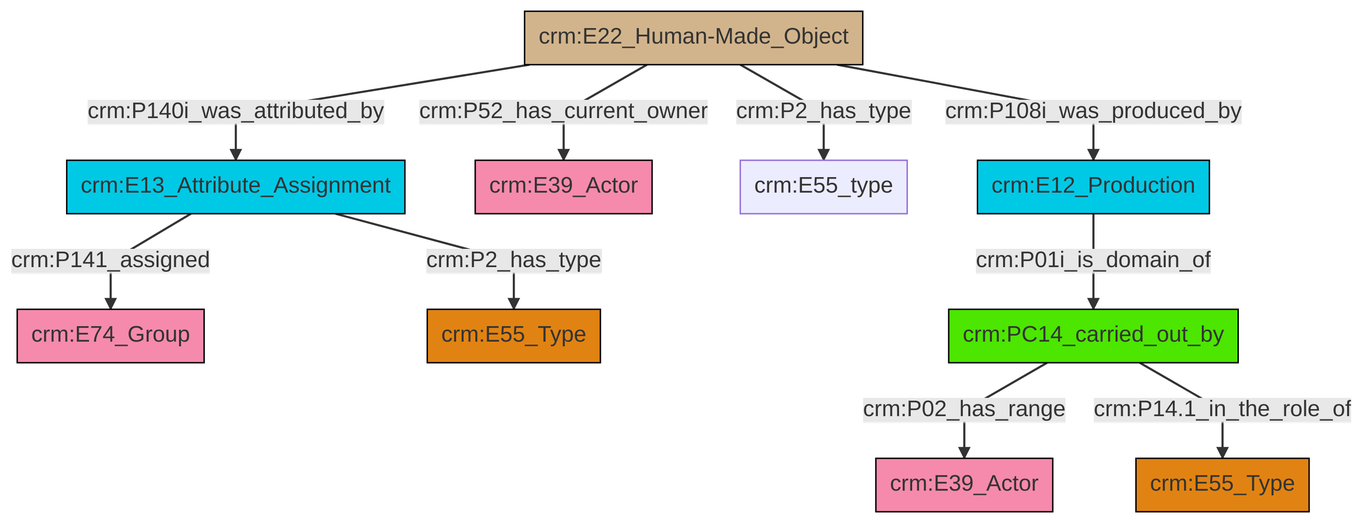
Earlier version of the Mermaid export et/builtWorkCSV/ttl/mmd/png/Built_Work_actor_relations.png (swiss-art-research-net/docs.swissartresearch). Its source is kept beside it as et/builtWorkCSV/ttl/mmd/Built_Work_actor_relations.ttl.mmd.
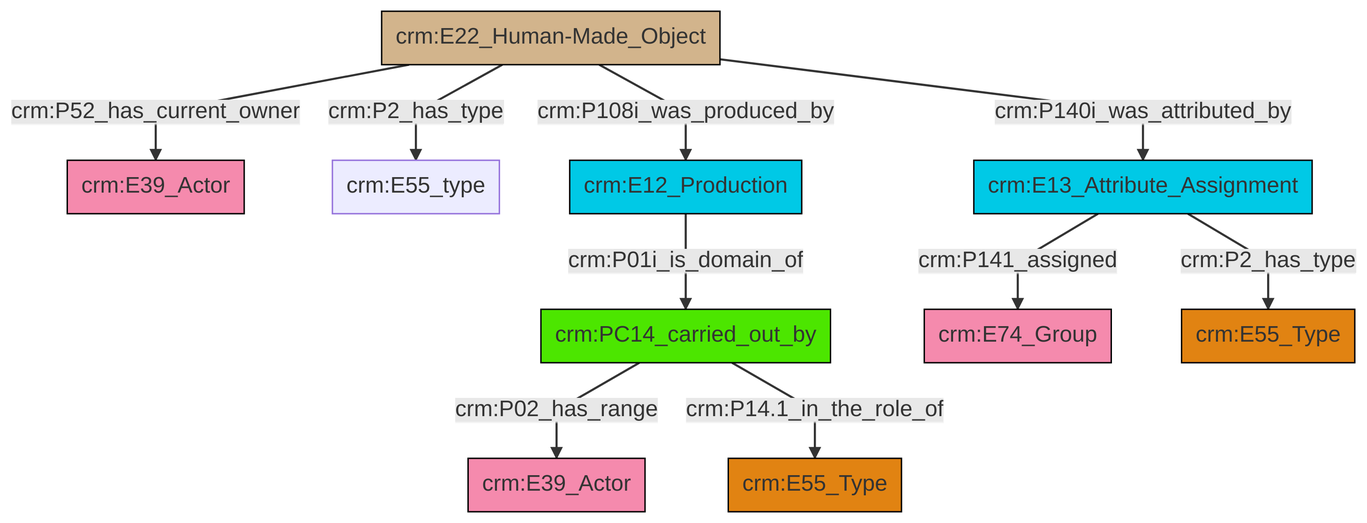
Above is the later version.

Change to the diagram source:
```diff
@@ -13,12 +13,12 @@
 classDef PC_Classes fill:#4ce600, stroke:#000000;
 classDef Multi fill:#cccccc,stroke:#000000;
 
-0["crm:E13_Attribute_Assignment"]:::Temporal_Entity -->|crm:P141_assigned| 1["crm:E74_Group"]:::Actor
-6["crm:E22_Human-Made_Object"]:::Physical_Thing -->|crm:P140i_was_attributed_by| 0["crm:E13_Attribute_Assignment"]:::Temporal_Entity
-2["crm:E12_Production"]:::Temporal_Entity -->|crm:P01i_is_domain_of| 4["crm:PC14_carried_out_by"]:::PC_Classes
-4["crm:PC14_carried_out_by"]:::PC_Classes -->|crm:P02_has_range| 11["crm:E39_Actor"]:::Actor
-6["crm:E22_Human-Made_Object"]:::Physical_Thing -->|crm:P52_has_current_owner| 7["crm:E39_Actor"]:::Actor
-4["crm:PC14_carried_out_by"]:::PC_Classes -->|crm:P14.1_in_the_role_of| 12["crm:E55_Type"]:::Type
-6["crm:E22_Human-Made_Object"]:::Physical_Thing -->|crm:P2_has_type| 14["crm:E55_type"]:::Default
-6["crm:E22_Human-Made_Object"]:::Physical_Thing -->|crm:P108i_was_produced_by| 2["crm:E12_Production"]:::Temporal_Entity
-0["crm:E13_Attribute_Assignment"]:::Temporal_Entity -->|crm:P2_has_type| 9["crm:E55_Type"]:::Type
+0["crm:E22_Human-Made_Object"]:::Physical_Thing -->|crm:P52_has_current_owner| 1["crm:E39_Actor"]:::Actor
+0["crm:E22_Human-Made_Object"]:::Physical_Thing -->|crm:P2_has_type| 2["crm:E55_type"]:::Default
+4["crm:E12_Production"]:::Temporal_Entity -->|crm:P01i_is_domain_of| 5["crm:PC14_carried_out_by"]:::PC_Classes
+5["crm:PC14_carried_out_by"]:::PC_Classes -->|crm:P02_has_range| 6["crm:E39_Actor"]:::Actor
+5["crm:PC14_carried_out_by"]:::PC_Classes -->|crm:P14.1_in_the_role_of| 9["crm:E55_Type"]:::Type
+11["crm:E13_Attribute_Assignment"]:::Temporal_Entity -->|crm:P141_assigned| 14["crm:E74_Group"]:::Actor
+0["crm:E22_Human-Made_Object"]:::Physical_Thing -->|crm:P140i_was_attributed_by| 11["crm:E13_Attribute_Assignment"]:::Temporal_Entity
+11["crm:E13_Attribute_Assignment"]:::Temporal_Entity -->|crm:P2_has_type| 15["crm:E55_Type"]:::Type
+0["crm:E22_Human-Made_Object"]:::Physical_Thing -->|crm:P108i_was_produced_by| 4["crm:E12_Production"]:::Temporal_Entity
```
